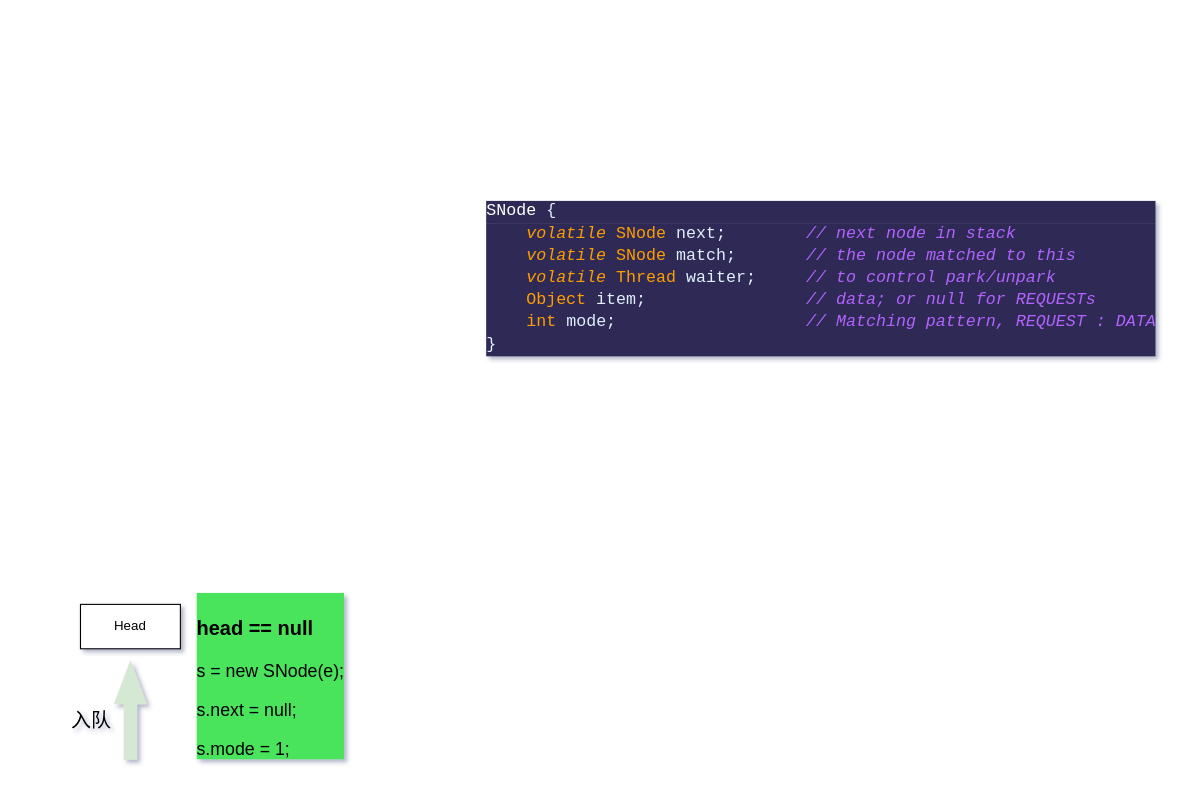
Earlier version of the draw.io diagram 流程画图/SynchronousQueue.drawio (yuannp/workspace). Source tidied: cells renumbered, new cells numbered last; positions are measured from the earlier drawing's top-left corner, leaving out a move shared by most shapes. Both pictures are drawn from the tidied source at 111%, with x=0, y=0 at pixel (58, 193).
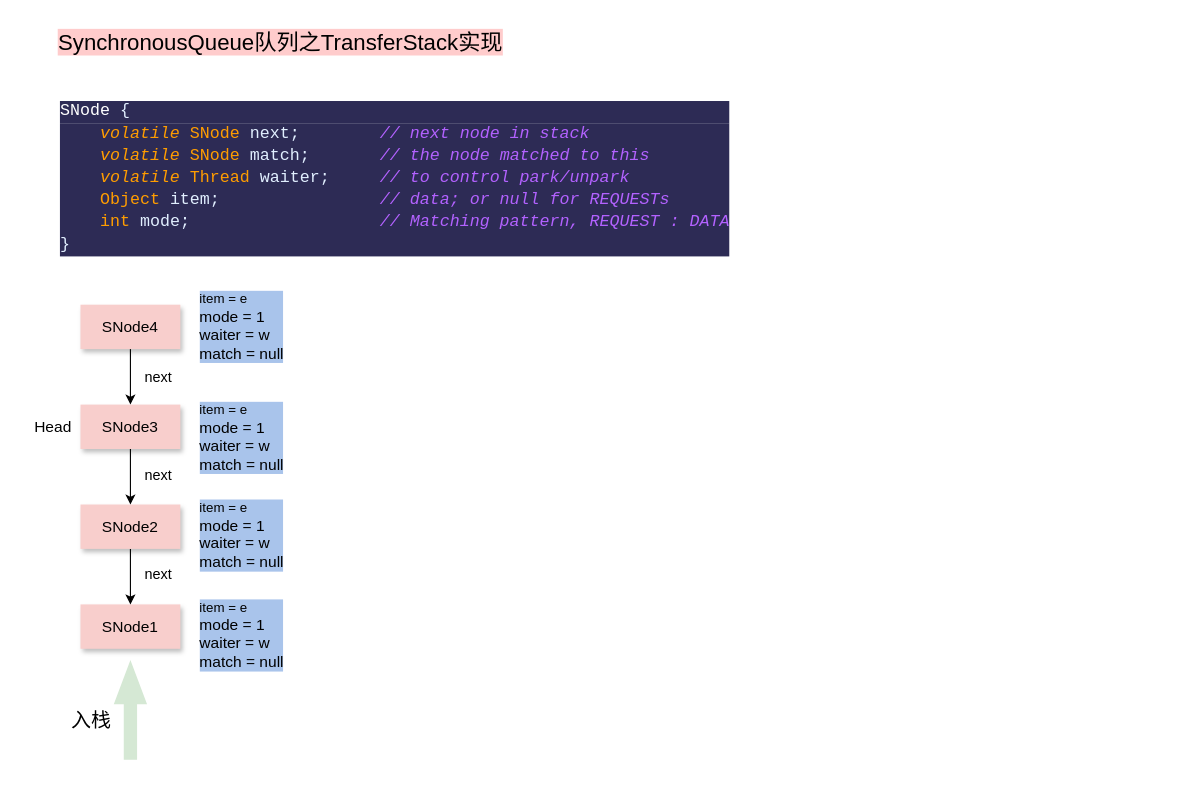
The same diagram, later.

Change to the diagram source:
```diff
@@
-<mxGraphModel shadow="1">
+<mxGraphModel>
@@
-    <mxCell id="2" value="Head" style="rounded=0;whiteSpace=wrap;html=1;" parent="1" vertex="1">
+    <mxCell id="2" value="&lt;font style=&quot;font-size: 14px;&quot;&gt;SNode1&lt;/font&gt;" style="rounded=0;whiteSpace=wrap;html=1;shadow=1;fillColor=#f8cecc;strokeColor=none;" parent="1" vertex="1">
       <mxGeometry x="20" y="370" width="90" height="40" as="geometry" />
     </mxCell>
@@
-    <mxCell id="4" value="&lt;font style=&quot;font-size: 18px;&quot;&gt;入队&lt;/font&gt;" style="text;html=1;strokeColor=none;fillColor=none;align=center;verticalAlign=middle;whiteSpace=wrap;rounded=0;" parent="1" vertex="1">
+    <mxCell id="4" value="&lt;span style=&quot;font-size: 18px;&quot;&gt;入栈&lt;/span&gt;" style="text;html=1;strokeColor=none;fillColor=none;align=center;verticalAlign=middle;whiteSpace=wrap;rounded=0;" parent="1" vertex="1">
       <mxGeometry y="460" width="60" height="30" as="geometry" />
     </mxCell>
-    <mxCell id="5" value="&lt;h1&gt;&lt;font style=&quot;font-size: 18px;&quot;&gt;head == null&lt;/font&gt;&lt;/h1&gt;&lt;p style=&quot;font-size: 16px;&quot;&gt;&lt;font style=&quot;font-size: 16px;&quot;&gt;s = new SNode(e);&lt;/font&gt;&lt;/p&gt;&lt;p style=&quot;font-size: 16px;&quot;&gt;&lt;font style=&quot;font-size: 16px;&quot;&gt;s.next = null;&lt;/font&gt;&lt;/p&gt;&lt;p style=&quot;font-size: 16px;&quot;&gt;&lt;font style=&quot;font-size: 16px;&quot;&gt;s.mode = 1;&lt;/font&gt;&lt;/p&gt;" style="text;html=1;strokeColor=none;fillColor=none;spacing=5;spacingTop=-20;whiteSpace=wrap;overflow=hidden;rounded=0;labelBackgroundColor=#49e45b;" parent="1" vertex="1">
-      <mxGeometry x="120" y="370" width="190" height="140" as="geometry" />
-    </mxCell>
-    <mxCell id="6" value="&lt;div style=&quot;color: rgb(255, 255, 255); background-color: rgb(45, 43, 85); font-family: &amp;quot;JetBrainsMono NFM&amp;quot;, Consolas, &amp;quot;Courier New&amp;quot;, monospace; font-weight: normal; font-size: 15px; line-height: 20px;&quot;&gt;&lt;span style=&quot;&quot;&gt;SNode &lt;/span&gt;&lt;span style=&quot;color: rgb(225, 239, 255);&quot;&gt;{&lt;/span&gt;&lt;span style=&quot;color: #ffffff;&quot;&gt;&lt;br&gt;&lt;/span&gt;&lt;/div&gt;&lt;div style=&quot;color: rgb(255, 255, 255); background-color: rgb(45, 43, 85); font-family: &amp;quot;JetBrainsMono NFM&amp;quot;, Consolas, &amp;quot;Courier New&amp;quot;, monospace; font-size: 15px; line-height: 20px;&quot;&gt;&lt;div&gt;&amp;nbsp; &amp;nbsp; &lt;span style=&quot;color: #ff9d00;font-style: italic;&quot;&gt;volatile&lt;/span&gt; &lt;span style=&quot;color: #ff9d00;&quot;&gt;SNode&lt;/span&gt;&lt;span style=&quot;color: #9effff;&quot;&gt; &lt;/span&gt;&lt;span style=&quot;color: #e1efff;&quot;&gt;next;&lt;/span&gt; &amp;nbsp; &amp;nbsp; &amp;nbsp; &amp;nbsp;&lt;span style=&quot;color: #b362ff;font-style: italic;&quot;&gt;// next node in stack&lt;/span&gt;&lt;/div&gt;&lt;div&gt;&amp;nbsp; &amp;nbsp; &lt;span style=&quot;color: #ff9d00;font-style: italic;&quot;&gt;volatile&lt;/span&gt; &lt;span style=&quot;color: #ff9d00;&quot;&gt;SNode&lt;/span&gt;&lt;span style=&quot;color: #9effff;&quot;&gt; &lt;/span&gt;&lt;span style=&quot;color: #e1efff;&quot;&gt;match;&lt;/span&gt; &amp;nbsp; &amp;nbsp; &amp;nbsp; &lt;span style=&quot;color: #b362ff;font-style: italic;&quot;&gt;// the node matched to this&lt;/span&gt;&lt;/div&gt;&lt;div&gt;&amp;nbsp; &amp;nbsp; &lt;span style=&quot;color: #ff9d00;font-style: italic;&quot;&gt;volatile&lt;/span&gt; &lt;span style=&quot;color: #ff9d00;&quot;&gt;Thread&lt;/span&gt;&lt;span style=&quot;color: #9effff;&quot;&gt; &lt;/span&gt;&lt;span style=&quot;color: #e1efff;&quot;&gt;waiter;&lt;/span&gt; &amp;nbsp; &amp;nbsp; &lt;span style=&quot;color: #b362ff;font-style: italic;&quot;&gt;// to control park/unpark&lt;/span&gt;&lt;/div&gt;&lt;div&gt;&amp;nbsp; &amp;nbsp; &lt;span style=&quot;color: #ff9d00;&quot;&gt;Object&lt;/span&gt;&lt;span style=&quot;color: #9effff;&quot;&gt; &lt;/span&gt;&lt;span style=&quot;color: #e1efff;&quot;&gt;item;&lt;/span&gt; &amp;nbsp; &amp;nbsp; &amp;nbsp; &amp;nbsp; &amp;nbsp; &amp;nbsp; &amp;nbsp; &amp;nbsp;&lt;span style=&quot;color: #b362ff;font-style: italic;&quot;&gt;// data; or null for REQUESTs&lt;/span&gt;&lt;/div&gt;&lt;div&gt;&amp;nbsp; &amp;nbsp; &lt;span style=&quot;color: #ff9d00;&quot;&gt;int&lt;/span&gt;&lt;span style=&quot;color: #9effff;&quot;&gt; &lt;/span&gt;&lt;span style=&quot;color: #e1efff;&quot;&gt;mode;&lt;/span&gt; &amp;nbsp; &amp;nbsp; &amp;nbsp; &amp;nbsp; &amp;nbsp; &amp;nbsp; &amp;nbsp; &amp;nbsp; &amp;nbsp; &lt;span style=&quot;color: #b362ff;font-style: italic;&quot;&gt;// Matching pattern, REQUEST : DATA&lt;/span&gt;&lt;/div&gt;&lt;div&gt;&lt;span style=&quot;color: #e1efff;&quot;&gt;}&lt;/span&gt;&lt;/div&gt;&lt;/div&gt;" style="text;whiteSpace=wrap;html=1;" parent="1" vertex="1">
-      <mxGeometry x="384" width="610" height="150" as="geometry" />
+    <mxCell id="6" value="&lt;div style=&quot;color: rgb(255, 255, 255); background-color: rgb(45, 43, 85); font-family: &amp;quot;JetBrainsMono NFM&amp;quot;, Consolas, &amp;quot;Courier New&amp;quot;, monospace; font-weight: normal; font-size: 15px; line-height: 20px;&quot;&gt;&lt;span style=&quot;&quot;&gt;SNode &lt;/span&gt;&lt;span style=&quot;color: rgb(225, 239, 255);&quot;&gt;{&lt;/span&gt;&lt;span style=&quot;color: #ffffff;&quot;&gt;&lt;br&gt;&lt;/span&gt;&lt;/div&gt;&lt;div style=&quot;color: rgb(255, 255, 255); background-color: rgb(45, 43, 85); font-family: &amp;quot;JetBrainsMono NFM&amp;quot;, Consolas, &amp;quot;Courier New&amp;quot;, monospace; font-size: 15px; line-height: 20px;&quot;&gt;&lt;div&gt;&amp;nbsp; &amp;nbsp; &lt;span style=&quot;color: #ff9d00;font-style: italic;&quot;&gt;volatile&lt;/span&gt; &lt;span style=&quot;color: #ff9d00;&quot;&gt;SNode&lt;/span&gt;&lt;span style=&quot;color: #9effff;&quot;&gt; &lt;/span&gt;&lt;span style=&quot;color: #e1efff;&quot;&gt;next;&lt;/span&gt; &amp;nbsp; &amp;nbsp; &amp;nbsp; &amp;nbsp;&lt;span style=&quot;color: #b362ff;font-style: italic;&quot;&gt;// next node in stack&lt;/span&gt;&lt;/div&gt;&lt;div&gt;&amp;nbsp; &amp;nbsp; &lt;span style=&quot;color: #ff9d00;font-style: italic;&quot;&gt;volatile&lt;/span&gt; &lt;span style=&quot;color: #ff9d00;&quot;&gt;SNode&lt;/span&gt;&lt;span style=&quot;color: #9effff;&quot;&gt; &lt;/span&gt;&lt;span style=&quot;color: #e1efff;&quot;&gt;match;&lt;/span&gt; &amp;nbsp; &amp;nbsp; &amp;nbsp; &lt;span style=&quot;color: #b362ff;font-style: italic;&quot;&gt;// the node matched to this&lt;/span&gt;&lt;/div&gt;&lt;div&gt;&amp;nbsp; &amp;nbsp; &lt;span style=&quot;color: #ff9d00;font-style: italic;&quot;&gt;volatile&lt;/span&gt; &lt;span style=&quot;color: #ff9d00;&quot;&gt;Thread&lt;/span&gt;&lt;span style=&quot;color: #9effff;&quot;&gt; &lt;/span&gt;&lt;span style=&quot;color: #e1efff;&quot;&gt;waiter;&lt;/span&gt; &amp;nbsp; &amp;nbsp; &lt;span style=&quot;color: #b362ff;font-style: italic;&quot;&gt;// to control park/unpark&lt;/span&gt;&lt;/div&gt;&lt;div&gt;&amp;nbsp; &amp;nbsp; &lt;span style=&quot;color: #ff9d00;&quot;&gt;Object&lt;/span&gt;&lt;span style=&quot;color: #9effff;&quot;&gt; &lt;/span&gt;&lt;span style=&quot;color: #e1efff;&quot;&gt;item;&lt;/span&gt; &amp;nbsp; &amp;nbsp; &amp;nbsp; &amp;nbsp; &amp;nbsp; &amp;nbsp; &amp;nbsp; &amp;nbsp;&lt;span style=&quot;color: #b362ff;font-style: italic;&quot;&gt;// data; or null for REQUESTs&lt;/span&gt;&lt;/div&gt;&lt;div&gt;&amp;nbsp; &amp;nbsp; &lt;span style=&quot;color: #ff9d00;&quot;&gt;int&lt;/span&gt;&lt;span style=&quot;color: #9effff;&quot;&gt; &lt;/span&gt;&lt;span style=&quot;color: #e1efff;&quot;&gt;mode;&lt;/span&gt; &amp;nbsp; &amp;nbsp; &amp;nbsp; &amp;nbsp; &amp;nbsp; &amp;nbsp; &amp;nbsp; &amp;nbsp; &amp;nbsp; &lt;span style=&quot;color: #b362ff;font-style: italic;&quot;&gt;// Matching pattern, REQUEST : DATA&lt;/span&gt;&lt;/div&gt;&lt;div&gt;&lt;span style=&quot;color: #e1efff;&quot;&gt;}&lt;/span&gt;&lt;/div&gt;&lt;/div&gt;" style="text;whiteSpace=wrap;html=1;shadow=0;" parent="1" vertex="1">
+      <mxGeometry y="-90" width="610" height="150" as="geometry" />
     </mxCell>
+    <mxCell id="7" style="edgeStyle=orthogonalEdgeStyle;rounded=0;jettySize=auto;html=1;entryX=0.5;entryY=0;entryDx=0;entryDy=0;" parent="1" edge="1" source="8" target="2">
+      <mxGeometry relative="1" as="geometry" />
+    </mxCell>
+    <mxCell id="8" value="&lt;font style=&quot;font-size: 14px;&quot;&gt;SNode2&lt;/font&gt;" style="rounded=0;whiteSpace=wrap;html=1;shadow=1;glass=0;fillColor=#f8cecc;strokeColor=none;" parent="1" vertex="1">
+      <mxGeometry x="20" y="280" width="90" height="40" as="geometry" />
+    </mxCell>
+    <mxCell id="9" style="edgeStyle=orthogonalEdgeStyle;rounded=0;jettySize=auto;html=1;entryX=0.5;entryY=0;entryDx=0;entryDy=0;" parent="1" edge="1" source="10" target="8">
+      <mxGeometry relative="1" as="geometry" />
+    </mxCell>
+    <mxCell id="10" value="&lt;font style=&quot;font-size: 14px;&quot;&gt;SNode3&lt;/font&gt;" style="rounded=0;whiteSpace=wrap;html=1;shadow=1;fillColor=#f8cecc;strokeColor=none;" parent="1" vertex="1">
+      <mxGeometry x="20" y="190" width="90" height="40" as="geometry" />
+    </mxCell>
+    <mxCell id="11" value="&lt;font style=&quot;font-size: 13px;&quot;&gt;next&lt;/font&gt;" style="text;html=1;align=center;verticalAlign=middle;strokeColor=none;fillColor=none;" parent="1" vertex="1">
+      <mxGeometry x="65" y="238" width="50" height="30" as="geometry" />
+    </mxCell>
+    <mxCell id="12" value="&lt;font style=&quot;font-size: 13px;&quot;&gt;next&lt;/font&gt;" style="text;html=1;align=center;verticalAlign=middle;strokeColor=none;fillColor=none;" parent="1" vertex="1">
+      <mxGeometry x="65" y="328" width="50" height="30" as="geometry" />
+    </mxCell>
+    <mxCell id="13" value="&lt;font style=&quot;font-size: 14px;&quot;&gt;Head&lt;/font&gt;" style="text;html=1;align=center;verticalAlign=middle;strokeColor=none;fillColor=none;" parent="1" vertex="1">
+      <mxGeometry x="-35" y="195" width="60" height="30" as="geometry" />
+    </mxCell>
+    <mxCell id="14" value="&lt;div style=&quot;text-align: justify;&quot;&gt;&lt;div style=&quot;border-color: var(--border-color);&quot;&gt;item = e&lt;/div&gt;&lt;font style=&quot;border-color: var(--border-color); text-align: center; font-size: 14px;&quot;&gt;&lt;div style=&quot;border-color: var(--border-color); text-align: justify;&quot;&gt;&lt;span style=&quot;border-color: var(--border-color);&quot;&gt;mode = 1&lt;/span&gt;&lt;/div&gt;&lt;div style=&quot;border-color: var(--border-color); text-align: justify;&quot;&gt;&lt;span style=&quot;border-color: var(--border-color);&quot;&gt;waiter = w&lt;/span&gt;&lt;/div&gt;&lt;div style=&quot;border-color: var(--border-color); text-align: justify;&quot;&gt;&lt;span style=&quot;border-color: var(--border-color);&quot;&gt;match = null&lt;/span&gt;&lt;/div&gt;&lt;/font&gt;&lt;/div&gt;" style="text;html=1;align=center;verticalAlign=middle;strokeColor=none;fillColor=none;labelBackgroundColor=#A9C4EB;" parent="1" vertex="1">
+      <mxGeometry x="115" y="358" width="100" height="80" as="geometry" />
+    </mxCell>
+    <mxCell id="15" value="&lt;div style=&quot;text-align: justify;&quot;&gt;&lt;div style=&quot;border-color: var(--border-color);&quot;&gt;&lt;div style=&quot;border-color: var(--border-color);&quot;&gt;item = e&lt;/div&gt;&lt;font style=&quot;border-color: var(--border-color); text-align: center; font-size: 14px;&quot;&gt;&lt;div style=&quot;border-color: var(--border-color); text-align: justify;&quot;&gt;mode = 1&lt;/div&gt;&lt;div style=&quot;border-color: var(--border-color); text-align: justify;&quot;&gt;&lt;span style=&quot;border-color: var(--border-color);&quot;&gt;waiter = w&lt;/span&gt;&lt;/div&gt;&lt;div style=&quot;border-color: var(--border-color); text-align: justify;&quot;&gt;&lt;span style=&quot;border-color: var(--border-color);&quot;&gt;match = null&lt;/span&gt;&lt;/div&gt;&lt;/font&gt;&lt;/div&gt;&lt;/div&gt;" style="text;html=1;align=center;verticalAlign=middle;strokeColor=none;fillColor=none;labelBorderColor=none;labelBackgroundColor=#A9C4EB;" parent="1" vertex="1">
+      <mxGeometry x="115" y="268" width="100" height="80" as="geometry" />
+    </mxCell>
+    <mxCell id="16" value="&lt;div style=&quot;text-align: justify;&quot;&gt;&lt;div style=&quot;border-color: var(--border-color);&quot;&gt;item = e&lt;/div&gt;&lt;font style=&quot;border-color: var(--border-color); text-align: center; font-size: 14px;&quot;&gt;&lt;div style=&quot;border-color: var(--border-color); text-align: justify;&quot;&gt;mode = 1&lt;/div&gt;&lt;div style=&quot;border-color: var(--border-color); text-align: justify;&quot;&gt;&lt;span style=&quot;border-color: var(--border-color);&quot;&gt;waiter = w&lt;/span&gt;&lt;/div&gt;&lt;div style=&quot;border-color: var(--border-color); text-align: justify;&quot;&gt;&lt;span style=&quot;border-color: var(--border-color);&quot;&gt;match = null&lt;/span&gt;&lt;/div&gt;&lt;/font&gt;&lt;/div&gt;" style="text;html=1;align=center;verticalAlign=middle;strokeColor=none;fillColor=none;labelBorderColor=none;labelBackgroundColor=#A9C4EB;" parent="1" vertex="1">
+      <mxGeometry x="115" y="180" width="100" height="80" as="geometry" />
+    </mxCell>
+    <mxCell id="17" style="edgeStyle=orthogonalEdgeStyle;rounded=0;jettySize=auto;html=1;entryX=0.5;entryY=0;entryDx=0;entryDy=0;" parent="1" edge="1" source="18" target="10">
+      <mxGeometry relative="1" as="geometry" />
+    </mxCell>
+    <mxCell id="18" value="&lt;font style=&quot;font-size: 14px;&quot;&gt;SNode4&lt;/font&gt;" style="rounded=0;whiteSpace=wrap;html=1;shadow=1;fillColor=#f8cecc;strokeColor=none;" parent="1" vertex="1">
+      <mxGeometry x="20" y="100" width="90" height="40" as="geometry" />
+    </mxCell>
+    <mxCell id="19" value="&lt;div style=&quot;text-align: justify;&quot;&gt;&lt;div style=&quot;border-color: var(--border-color);&quot;&gt;item = e&lt;/div&gt;&lt;font style=&quot;border-color: var(--border-color); text-align: center; font-size: 14px;&quot;&gt;&lt;div style=&quot;border-color: var(--border-color); text-align: justify;&quot;&gt;mode = 1&lt;/div&gt;&lt;div style=&quot;border-color: var(--border-color); text-align: justify;&quot;&gt;&lt;span style=&quot;border-color: var(--border-color);&quot;&gt;waiter = w&lt;/span&gt;&lt;/div&gt;&lt;div style=&quot;border-color: var(--border-color); text-align: justify;&quot;&gt;&lt;span style=&quot;border-color: var(--border-color);&quot;&gt;match = null&lt;/span&gt;&lt;/div&gt;&lt;/font&gt;&lt;/div&gt;" style="text;html=1;align=center;verticalAlign=middle;strokeColor=none;fillColor=none;labelBackgroundColor=#A9C4EB;" parent="1" vertex="1">
+      <mxGeometry x="115" y="80" width="100" height="80" as="geometry" />
+    </mxCell>
+    <mxCell id="20" value="&lt;font style=&quot;font-size: 13px;&quot;&gt;next&lt;/font&gt;" style="text;html=1;align=center;verticalAlign=middle;strokeColor=none;fillColor=none;" parent="1" vertex="1">
+      <mxGeometry x="65" y="150" width="50" height="30" as="geometry" />
+    </mxCell>
+    <mxCell id="21" value="SynchronousQueue队列之TransferStack实现" style="text;html=1;align=center;verticalAlign=middle;strokeColor=none;fillColor=none;fontSize=20;labelBackgroundColor=#FFCCCC;labelBorderColor=none;" parent="1" vertex="1">
+      <mxGeometry x="-10" y="-157" width="420" height="40" as="geometry" />
+    </mxCell>
```
